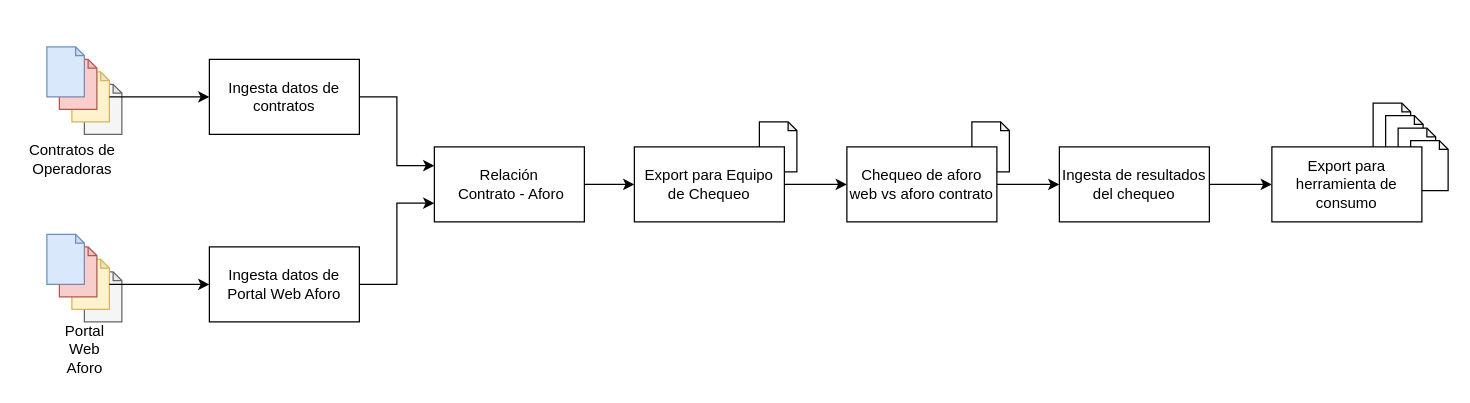
icuefue/draw.io keeps this draw.io diagram as draw.io/LaLiga/Chek_Aforo.drawio. Above is the earlier version. Source tidied: cells renumbered, new cells numbered last; positions are measured from the earlier drawing's top-left corner, leaving out a move shared by most shapes. Both pictures are drawn from the tidied source at 125%, with x=0, y=0 at pixel (21, 46). Pictures stored in the file or linked from it are replaced by grey dashed boxes.
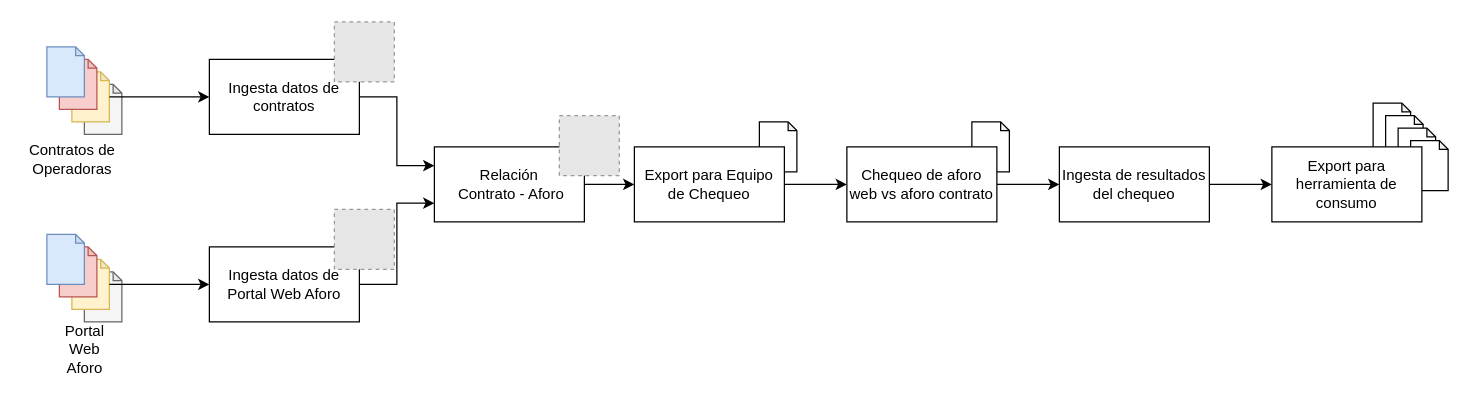
The same page after the edit.

Diff of the diagram source:
```diff
@@
+    <mxCell id="35" style="fillColor=#E6E6E6;strokeColor=#999999;dashed=1;html=1;verticalAlign=top;verticalLabelPosition=bottom;labelBackgroundColor=#ffffff;" parent="1" vertex="1">
+      <mxGeometry x="250" y="-20" width="48" height="48" as="geometry" />
+    </mxCell>
+    <mxCell id="36" style="fillColor=#E6E6E6;strokeColor=#999999;dashed=1;html=1;verticalAlign=top;verticalLabelPosition=bottom;labelBackgroundColor=#ffffff;" parent="1" vertex="1">
+      <mxGeometry x="250" y="130" width="48" height="48" as="geometry" />
+    </mxCell>
+    <mxCell id="37" style="fillColor=#E6E6E6;strokeColor=#999999;dashed=1;html=1;verticalAlign=top;verticalLabelPosition=bottom;labelBackgroundColor=#ffffff;" parent="1" vertex="1">
+      <mxGeometry x="430" y="55" width="48" height="48" as="geometry" />
+    </mxCell>
```
